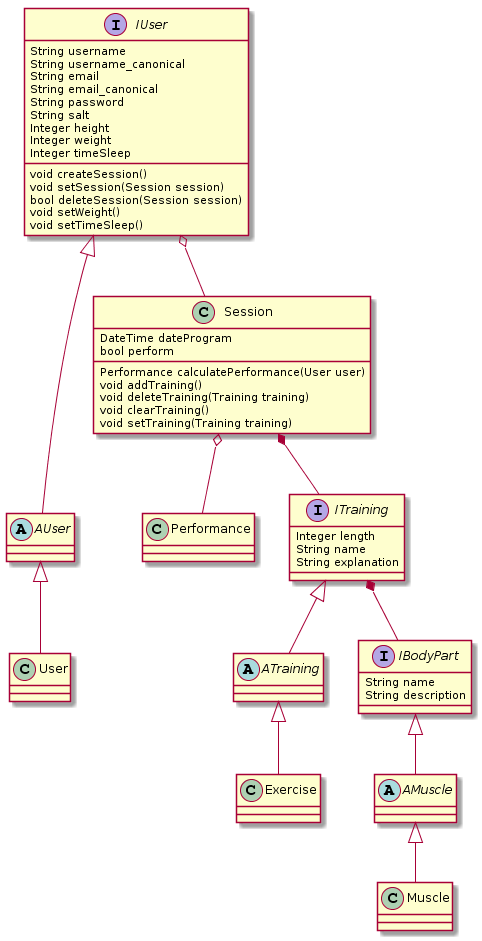
Above: diagrams/images/DiagrammeClasse.png in SharafGabel/GYMTONIK (PlantUML), before the change. Its diagram source:
```plantuml
@startuml
interface IUser{
    String username
    String username_canonical
    String email
    String email_canonical
    String password
    String salt
    Integer height
    Integer weight
    Integer timeSleep
    void createSession()
    void setSession(Session session)
    bool deleteSession(Session session)
    void setWeight()
    void setTimeSleep()
}
abstract class AUser
class User
class Performance
class Exercise
class Session{
    DateTime dateProgram
    bool perform
    Performance calculatePerformance(User user)
    void addTraining()
    void deleteTraining(Training training)
    void clearTraining()
    void setTraining(Training training)
}
interface ITraining {
    Integer length
    String name
    String explanation
}
abstract class ATraining
interface IBodyPart {
    String name
    String description
}
abstract class AMuscle
class Muscle


AUser <|-- User
IUser <|--- AUser
ITraining <|-- ATraining
ATraining <|-- Exercise
Session o-- Performance
Session *-- ITraining
IBodyPart <|-- AMuscle
AMuscle <|-- Muscle
ITraining *-- IBodyPart
IUser o-- Session
@enduml
```
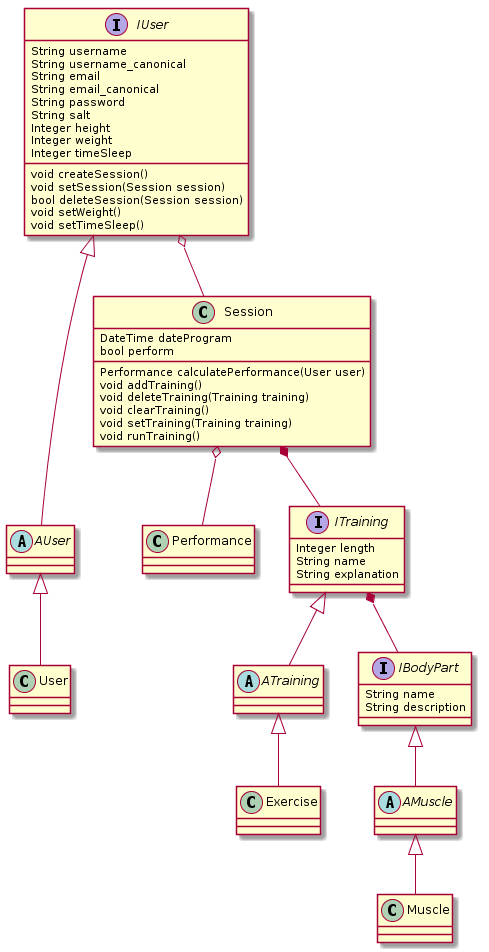
Later version of the same file.

Diff of the diagram source:
```diff
@@ -1,4 +1,5 @@
 @startuml
+
 interface IUser{
     String username
     String username_canonical
@@ -27,6 +28,7 @@
     void deleteTraining(Training training)
     void clearTraining()
     void setTraining(Training training)
+    void runTraining()
 }
 interface ITraining {
     Integer length
@@ -52,4 +54,5 @@
 AMuscle <|-- Muscle
 ITraining *-- IBodyPart
 IUser o-- Session
+
 @enduml
```
